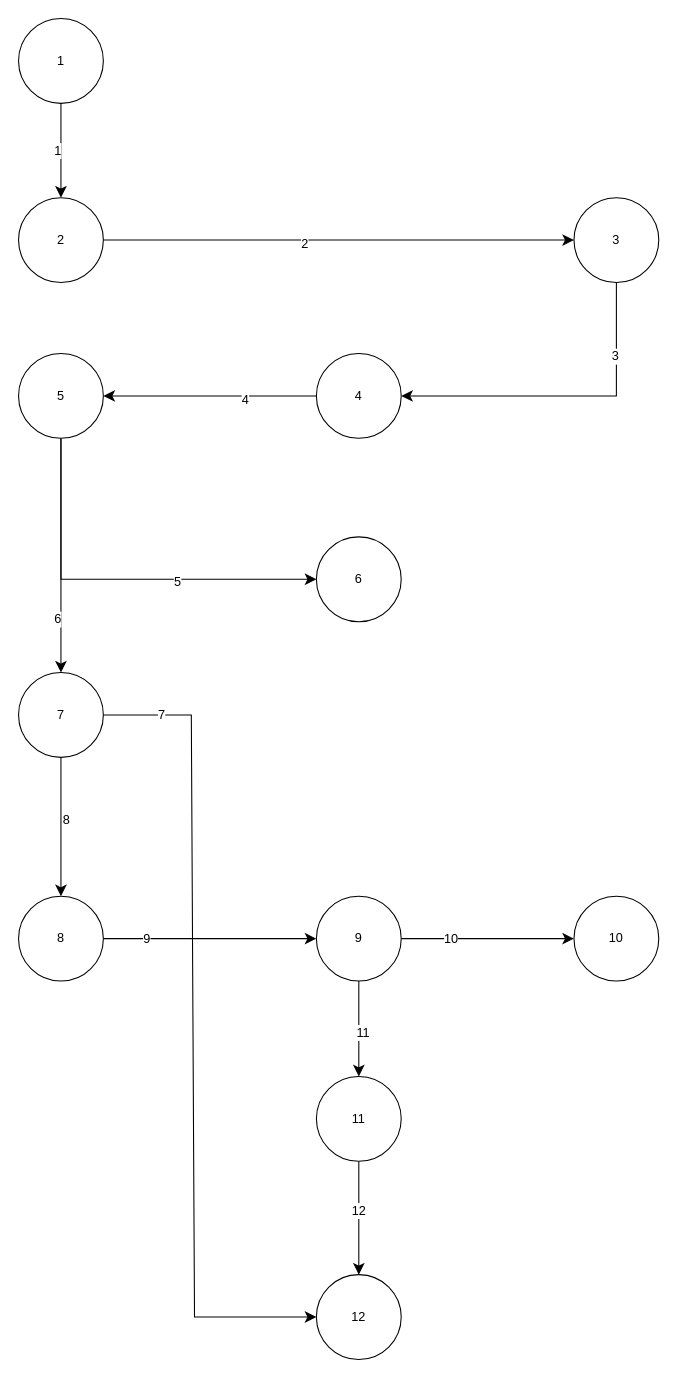
Before: page "manage Akun" (5 of 5) of white box.drawio in AmirRazer/DrawIoErd, a draw.io diagram. Source tidied: cells renumbered, new cells numbered last; positions are measured from the earlier drawing's top-left corner, leaving out a move shared by most shapes. Both pictures are drawn from the tidied source at 106%, with x=0, y=0 at pixel (18, 18).
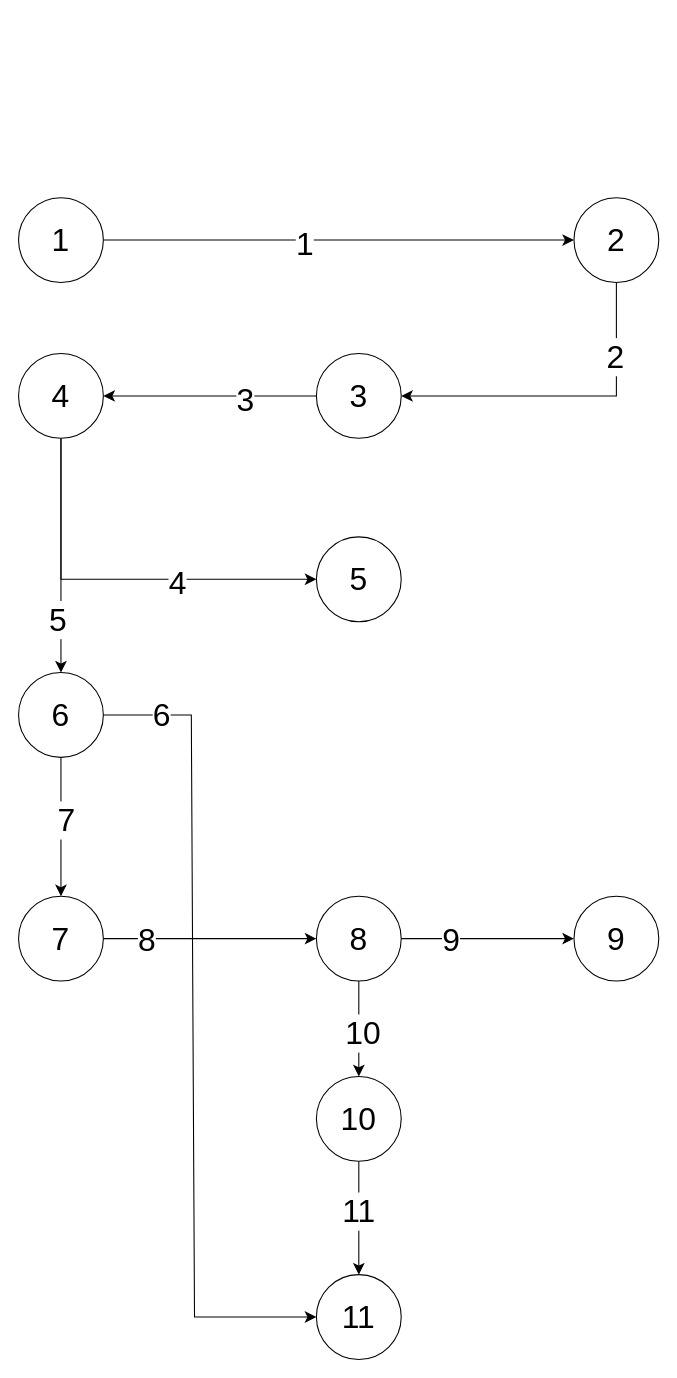
After the change.

Diff of the diagram source:
```diff
@@
-    <mxCell id="2" style="edgeStyle=none;curved=1;rounded=0;jettySize=auto;html=1;fontSize=12;startSize=8;endSize=8;" parent="1" edge="1" source="4" target="7">
-      <mxGeometry relative="1" as="geometry" />
-    </mxCell>
-    <mxCell id="3" value="1" style="edgeLabel;html=1;align=center;verticalAlign=middle;fontSize=12;" parent="2" vertex="1">
-      <mxGeometry x="-0.01" y="-4" relative="1" as="geometry" />
-    </mxCell>
-    <mxCell id="4" value="1" style="ellipse;whiteSpace=wrap;html=1;" parent="1" vertex="1">
-      <mxGeometry width="80" height="80" as="geometry" />
-    </mxCell>
-    <mxCell id="5" style="edgeStyle=none;curved=1;rounded=0;jettySize=auto;html=1;entryX=0;entryY=0.5;entryDx=0;entryDy=0;fontSize=12;startSize=8;endSize=8;" parent="1" edge="1" source="7" target="10">
+    <mxCell id="5" style="edgeStyle=none;curved=1;rounded=0;jettySize=auto;html=1;entryX=0;entryY=0.5;entryDx=0;entryDy=0;fontSize=30;startSize=8;endSize=8;" parent="1" edge="1" source="7" target="10">
       <mxGeometry relative="1" as="geometry" />
     </mxCell>
-    <mxCell id="6" value="2" style="edgeLabel;html=1;align=center;verticalAlign=middle;fontSize=12;" parent="5" vertex="1">
+    <mxCell id="6" value="1" style="edgeLabel;html=1;align=center;verticalAlign=middle;fontSize=30;" parent="5" vertex="1">
       <mxGeometry x="-0.15" y="-3" relative="1" as="geometry" />
     </mxCell>
-    <mxCell id="7" value="2" style="ellipse;whiteSpace=wrap;html=1;" parent="1" vertex="1">
+    <mxCell id="7" value="1" style="ellipse;whiteSpace=wrap;html=1;fontSize=30;" parent="1" vertex="1">
       <mxGeometry y="169" width="80" height="80" as="geometry" />
     </mxCell>
-    <mxCell id="8" style="edgeStyle=none;curved=0;rounded=0;jettySize=auto;html=1;entryX=1;entryY=0.5;entryDx=0;entryDy=0;fontSize=12;startSize=8;endSize=8;" parent="1" edge="1" source="10" target="13">
+    <mxCell id="8" style="edgeStyle=none;curved=0;rounded=0;jettySize=auto;html=1;entryX=1;entryY=0.5;entryDx=0;entryDy=0;fontSize=30;startSize=8;endSize=8;" parent="1" edge="1" source="10" target="13">
       <mxGeometry relative="1" as="geometry">
         <Array as="points">
           <mxPoint x="564" y="356" />
         </Array>
       </mxGeometry>
     </mxCell>
-    <mxCell id="9" value="3" style="edgeLabel;html=1;align=center;verticalAlign=middle;fontSize=12;" parent="8" vertex="1">
+    <mxCell id="9" value="2" style="edgeLabel;html=1;align=center;verticalAlign=middle;fontSize=30;" parent="8" vertex="1">
       <mxGeometry x="-0.55" y="-2" relative="1" as="geometry">
         <mxPoint y="-1" as="offset" />
       </mxGeometry>
     </mxCell>
-    <mxCell id="10" value="3" style="ellipse;whiteSpace=wrap;html=1;" parent="1" vertex="1">
+    <mxCell id="10" value="2" style="ellipse;whiteSpace=wrap;html=1;fontSize=30;" parent="1" vertex="1">
       <mxGeometry x="524" y="169" width="80" height="80" as="geometry" />
     </mxCell>
-    <mxCell id="11" style="edgeStyle=none;curved=1;rounded=0;jettySize=auto;html=1;entryX=1;entryY=0.5;entryDx=0;entryDy=0;fontSize=12;startSize=8;endSize=8;" parent="1" edge="1" source="13" target="18">
+    <mxCell id="11" style="edgeStyle=none;curved=1;rounded=0;jettySize=auto;html=1;entryX=1;entryY=0.5;entryDx=0;entryDy=0;fontSize=30;startSize=8;endSize=8;" parent="1" edge="1" source="13" target="18">
       <mxGeometry relative="1" as="geometry" />
     </mxCell>
-    <mxCell id="12" value="4" style="edgeLabel;html=1;align=center;verticalAlign=middle;fontSize=12;" parent="11" vertex="1">
+    <mxCell id="12" value="3" style="edgeLabel;html=1;align=center;verticalAlign=middle;fontSize=30;" parent="11" vertex="1">
       <mxGeometry x="-0.31" y="3" relative="1" as="geometry">
         <mxPoint x="1" as="offset" />
       </mxGeometry>
     </mxCell>
-    <mxCell id="13" value="4" style="ellipse;whiteSpace=wrap;html=1;" parent="1" vertex="1">
+    <mxCell id="13" value="3" style="ellipse;whiteSpace=wrap;html=1;fontSize=30;" parent="1" vertex="1">
       <mxGeometry x="281" y="316" width="80" height="80" as="geometry" />
     </mxCell>
-    <mxCell id="14" style="edgeStyle=none;curved=1;rounded=0;jettySize=auto;html=1;entryX=0.5;entryY=0;entryDx=0;entryDy=0;fontSize=12;startSize=8;endSize=8;" parent="1" edge="1" source="18" target="24">
+    <mxCell id="14" style="edgeStyle=none;curved=1;rounded=0;jettySize=auto;html=1;entryX=0.5;entryY=0;entryDx=0;entryDy=0;fontSize=30;startSize=8;endSize=8;" parent="1" edge="1" source="18" target="24">
       <mxGeometry relative="1" as="geometry" />
     </mxCell>
-    <mxCell id="15" value="6" style="edgeLabel;html=1;align=center;verticalAlign=middle;fontSize=12;" parent="14" vertex="1">
+    <mxCell id="15" value="5" style="edgeLabel;html=1;align=center;verticalAlign=middle;fontSize=30;" parent="14" vertex="1">
       <mxGeometry x="0.53" y="-4" relative="1" as="geometry">
         <mxPoint y="1" as="offset" />
       </mxGeometry>
     </mxCell>
-    <mxCell id="16" style="edgeStyle=none;curved=0;rounded=0;jettySize=auto;html=1;entryX=0;entryY=0.5;entryDx=0;entryDy=0;fontSize=12;startSize=8;endSize=8;" parent="1" edge="1" source="18" target="19">
+    <mxCell id="16" style="edgeStyle=none;curved=0;rounded=0;jettySize=auto;html=1;entryX=0;entryY=0.5;entryDx=0;entryDy=0;fontSize=30;startSize=8;endSize=8;" parent="1" edge="1" source="18" target="19">
       <mxGeometry relative="1" as="geometry">
         <Array as="points">
           <mxPoint x="40" y="529" />
         </Array>
       </mxGeometry>
     </mxCell>
-    <mxCell id="17" value="5" style="edgeLabel;html=1;align=center;verticalAlign=middle;fontSize=12;" parent="16" vertex="1">
+    <mxCell id="17" value="4" style="edgeLabel;html=1;align=center;verticalAlign=middle;fontSize=30;" parent="16" vertex="1">
       <mxGeometry x="0.3" y="-2" relative="1" as="geometry">
         <mxPoint x="-1" as="offset" />
       </mxGeometry>
     </mxCell>
-    <mxCell id="18" value="5" style="ellipse;whiteSpace=wrap;html=1;" parent="1" vertex="1">
+    <mxCell id="18" value="4" style="ellipse;whiteSpace=wrap;html=1;fontSize=30;" parent="1" vertex="1">
       <mxGeometry y="316" width="80" height="80" as="geometry" />
     </mxCell>
-    <mxCell id="19" value="6" style="ellipse;whiteSpace=wrap;html=1;" parent="1" vertex="1">
+    <mxCell id="19" value="5" style="ellipse;whiteSpace=wrap;html=1;fontSize=30;" parent="1" vertex="1">
       <mxGeometry x="281" y="489" width="80" height="80" as="geometry" />
     </mxCell>
-    <mxCell id="20" style="edgeStyle=none;curved=1;rounded=0;jettySize=auto;html=1;fontSize=12;startSize=8;endSize=8;" parent="1" edge="1" source="24" target="27">
+    <mxCell id="20" style="edgeStyle=none;curved=1;rounded=0;jettySize=auto;html=1;fontSize=30;startSize=8;endSize=8;" parent="1" edge="1" source="24" target="27">
       <mxGeometry relative="1" as="geometry" />
     </mxCell>
-    <mxCell id="21" value="8" style="edgeLabel;html=1;align=center;verticalAlign=middle;fontSize=12;" parent="20" vertex="1">
+    <mxCell id="21" value="7" style="edgeLabel;html=1;align=center;verticalAlign=middle;fontSize=30;" parent="20" vertex="1">
       <mxGeometry x="-0.13" y="4" relative="1" as="geometry">
         <mxPoint y="1" as="offset" />
       </mxGeometry>
     </mxCell>
-    <mxCell id="22" style="edgeStyle=none;curved=0;rounded=0;jettySize=auto;html=1;entryX=0;entryY=0.5;entryDx=0;entryDy=0;fontSize=12;startSize=8;endSize=8;" parent="1" edge="1" source="24" target="36">
+    <mxCell id="22" style="edgeStyle=none;curved=0;rounded=0;jettySize=auto;html=1;entryX=0;entryY=0.5;entryDx=0;entryDy=0;fontSize=30;startSize=8;endSize=8;" parent="1" edge="1" source="24" target="36">
       <mxGeometry relative="1" as="geometry">
         <Array as="points">
           <mxPoint x="163" y="657" />
           <mxPoint x="166" y="1225" />
         </Array>
       </mxGeometry>
     </mxCell>
-    <mxCell id="23" value="7" style="edgeLabel;html=1;align=center;verticalAlign=middle;fontSize=12;" parent="22" vertex="1">
+    <mxCell id="23" value="6" style="edgeLabel;html=1;align=center;verticalAlign=middle;fontSize=30;" parent="22" vertex="1">
       <mxGeometry x="-0.86" y="1" relative="1" as="geometry" />
     </mxCell>
-    <mxCell id="24" value="7" style="ellipse;whiteSpace=wrap;html=1;" parent="1" vertex="1">
+    <mxCell id="24" value="6" style="ellipse;whiteSpace=wrap;html=1;fontSize=30;" parent="1" vertex="1">
       <mxGeometry y="617" width="80" height="80" as="geometry" />
     </mxCell>
-    <mxCell id="25" style="edgeStyle=none;curved=1;rounded=0;jettySize=auto;html=1;entryX=0;entryY=0.5;entryDx=0;entryDy=0;fontSize=12;startSize=8;endSize=8;" parent="1" edge="1" source="27" target="32">
+    <mxCell id="25" style="edgeStyle=none;curved=1;rounded=0;jettySize=auto;html=1;entryX=0;entryY=0.5;entryDx=0;entryDy=0;fontSize=30;startSize=8;endSize=8;" parent="1" edge="1" source="27" target="32">
       <mxGeometry relative="1" as="geometry" />
     </mxCell>
-    <mxCell id="26" value="9" style="edgeLabel;html=1;align=center;verticalAlign=middle;fontSize=12;" parent="25" vertex="1">
+    <mxCell id="26" value="8" style="edgeLabel;html=1;align=center;verticalAlign=middle;fontSize=30;" parent="25" vertex="1">
       <mxGeometry x="-0.6" relative="1" as="geometry" />
     </mxCell>
-    <mxCell id="27" value="8" style="ellipse;whiteSpace=wrap;html=1;" parent="1" vertex="1">
+    <mxCell id="27" value="7" style="ellipse;whiteSpace=wrap;html=1;fontSize=30;" parent="1" vertex="1">
       <mxGeometry y="828" width="80" height="80" as="geometry" />
     </mxCell>
-    <mxCell id="28" style="edgeStyle=none;curved=1;rounded=0;jettySize=auto;html=1;entryX=0;entryY=0.5;entryDx=0;entryDy=0;fontSize=12;startSize=8;endSize=8;" parent="1" edge="1" source="32" target="37">
+    <mxCell id="28" style="edgeStyle=none;curved=1;rounded=0;jettySize=auto;html=1;entryX=0;entryY=0.5;entryDx=0;entryDy=0;fontSize=30;startSize=8;endSize=8;" parent="1" edge="1" source="32" target="37">
       <mxGeometry relative="1" as="geometry" />
     </mxCell>
-    <mxCell id="29" value="10" style="edgeLabel;html=1;align=center;verticalAlign=middle;fontSize=12;" parent="28" vertex="1">
+    <mxCell id="29" value="9" style="edgeLabel;html=1;align=center;verticalAlign=middle;fontSize=30;" parent="28" vertex="1">
       <mxGeometry x="-0.42" relative="1" as="geometry">
         <mxPoint x="-1" as="offset" />
       </mxGeometry>
     </mxCell>
-    <mxCell id="30" style="edgeStyle=none;curved=1;rounded=0;jettySize=auto;html=1;fontSize=12;startSize=8;endSize=8;" parent="1" edge="1" source="32" target="35">
+    <mxCell id="30" style="edgeStyle=none;curved=1;rounded=0;jettySize=auto;html=1;fontSize=30;startSize=8;endSize=8;" parent="1" edge="1" source="32" target="35">
       <mxGeometry relative="1" as="geometry" />
     </mxCell>
-    <mxCell id="31" value="11" style="edgeLabel;html=1;align=center;verticalAlign=middle;fontSize=12;" parent="30" vertex="1">
+    <mxCell id="31" value="10" style="edgeLabel;html=1;align=center;verticalAlign=middle;fontSize=30;" parent="30" vertex="1">
       <mxGeometry x="0.07" y="3" relative="1" as="geometry" />
     </mxCell>
-    <mxCell id="32" value="9" style="ellipse;whiteSpace=wrap;html=1;" parent="1" vertex="1">
+    <mxCell id="32" value="8" style="ellipse;whiteSpace=wrap;html=1;fontSize=30;" parent="1" vertex="1">
       <mxGeometry x="281" y="828" width="80" height="80" as="geometry" />
     </mxCell>
-    <mxCell id="33" style="edgeStyle=none;curved=1;rounded=0;jettySize=auto;html=1;fontSize=12;startSize=8;endSize=8;" parent="1" edge="1" source="35" target="36">
+    <mxCell id="33" style="edgeStyle=none;curved=1;rounded=0;jettySize=auto;html=1;fontSize=30;startSize=8;endSize=8;" parent="1" edge="1" source="35" target="36">
       <mxGeometry relative="1" as="geometry" />
     </mxCell>
-    <mxCell id="34" value="12" style="edgeLabel;html=1;align=center;verticalAlign=middle;fontSize=12;" parent="33" vertex="1">
+    <mxCell id="34" value="11" style="edgeLabel;html=1;align=center;verticalAlign=middle;fontSize=30;" parent="33" vertex="1">
       <mxGeometry x="-0.14" y="-1" relative="1" as="geometry" />
     </mxCell>
-    <mxCell id="35" value="11" style="ellipse;whiteSpace=wrap;html=1;" parent="1" vertex="1">
+    <mxCell id="35" value="10" style="ellipse;whiteSpace=wrap;html=1;fontSize=30;" parent="1" vertex="1">
       <mxGeometry x="281" y="998" width="80" height="80" as="geometry" />
     </mxCell>
-    <mxCell id="36" value="12" style="ellipse;whiteSpace=wrap;html=1;" parent="1" vertex="1">
+    <mxCell id="36" value="11" style="ellipse;whiteSpace=wrap;html=1;fontSize=30;" parent="1" vertex="1">
       <mxGeometry x="281" y="1185" width="80" height="80" as="geometry" />
     </mxCell>
-    <mxCell id="37" value="10" style="ellipse;whiteSpace=wrap;html=1;" parent="1" vertex="1">
+    <mxCell id="37" value="9" style="ellipse;whiteSpace=wrap;html=1;fontSize=30;" parent="1" vertex="1">
       <mxGeometry x="524" y="828" width="80" height="80" as="geometry" />
     </mxCell>
```
